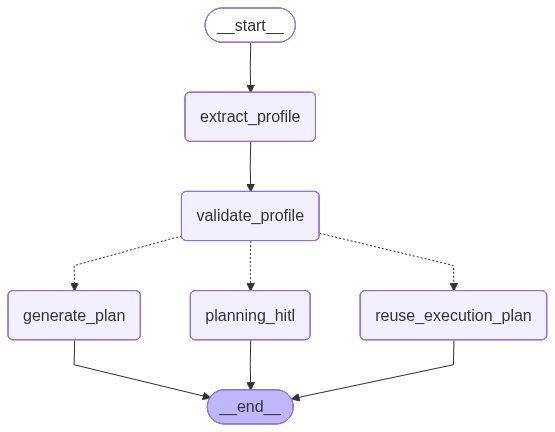
The Mermaid diagram src/docs/diagrams/planning.png in hoanhoang-agilityio/Assistant-Learning, before a commit. Its source is kept beside it as src/docs/diagrams/planning.mmd.
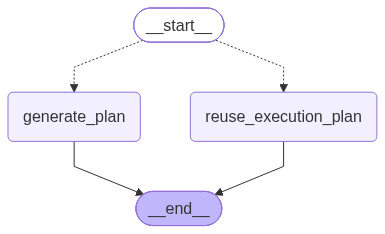
Later version of the same file.

Commit message:
docs: regenerate supervisor and subgraph diagrams after user/planning graph changes

What changed in the source:
```diff
@@ -5,19 +5,12 @@
 ---
 graph TD;
 	__start__([<p>__start__</p>]):::first
-	extract_profile(extract_profile)
-	validate_profile(validate_profile)
 	generate_plan(generate_plan)
 	reuse_execution_plan(reuse_execution_plan)
-	planning_hitl(planning_hitl)
 	__end__([<p>__end__</p>]):::last
-	__start__ --> extract_profile;
-	extract_profile --> validate_profile;
-	validate_profile -.-> generate_plan;
-	validate_profile -.-> planning_hitl;
-	validate_profile -.-> reuse_execution_plan;
+	__start__ -.-> generate_plan;
+	__start__ -.-> reuse_execution_plan;
 	generate_plan --> __end__;
-	planning_hitl --> __end__;
 	reuse_execution_plan --> __end__;
 	classDef default fill:#f2f0ff,line-height:1.2
 	classDef first fill-opacity:0
```
